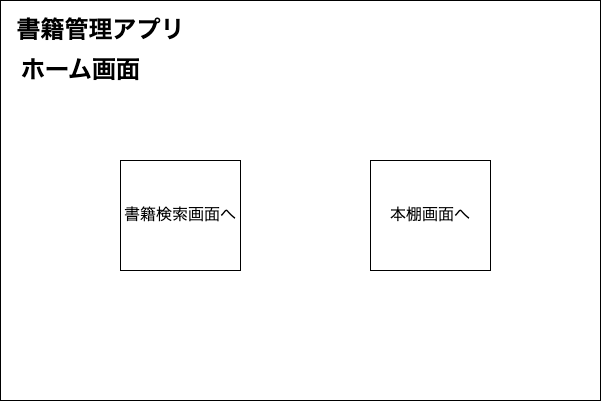
This is img/HomeScreen.drawio.png from 2023AIT-OOP2-G08/GroupWork, a draw.io export, as it was before one commit. Source tidied: cells renumbered, new cells last; positions are measured from the earlier drawing's top-left corner, leaving out a move shared by most shapes. The source it was exported from:
```xml
<mxGraphModel>
  <root>
    <mxCell id="0" />
    <mxCell id="1" parent="0" />
    <mxCell id="2" style="rounded=0;whiteSpace=wrap;html=1;" parent="1" vertex="1">
      <mxGeometry width="600" height="400" as="geometry" />
    </mxCell>
    <mxCell id="3" value="&lt;font style=&quot;font-size: 16px;&quot;&gt;書籍検索画面へ&lt;/font&gt;" style="rounded=0;whiteSpace=wrap;html=1;" parent="1" vertex="1">
      <mxGeometry x="120" y="160" width="120" height="110" as="geometry" />
    </mxCell>
    <mxCell id="4" value="&lt;span style=&quot;font-size: 16px;&quot;&gt;本棚画面へ&lt;/span&gt;" style="rounded=0;whiteSpace=wrap;html=1;" parent="1" vertex="1">
      <mxGeometry x="370" y="160" width="120" height="110" as="geometry" />
    </mxCell>
    <mxCell id="5" value="ホーム画面" style="text;strokeColor=none;fillColor=none;html=1;fontSize=24;fontStyle=1;verticalAlign=middle;align=center;" parent="1" vertex="1">
      <mxGeometry x="30" y="50" width="100" height="40" as="geometry" />
    </mxCell>
    <mxCell id="6" value="書籍管理アプリ" style="text;strokeColor=none;fillColor=none;html=1;fontSize=24;fontStyle=1;verticalAlign=middle;align=center;" parent="1" vertex="1">
      <mxGeometry x="50" y="10" width="100" height="40" as="geometry" />
    </mxCell>
  </root>
</mxGraphModel>
```
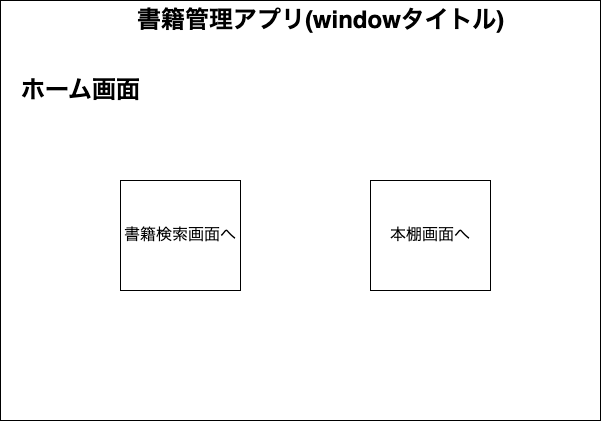
Later version of the same file.

Change to the diagram source:
```diff
@@ -3,7 +3,7 @@
     <mxCell id="0" />
     <mxCell id="1" parent="0" />
     <mxCell id="2" style="rounded=0;whiteSpace=wrap;html=1;" parent="1" vertex="1">
-      <mxGeometry width="600" height="400" as="geometry" />
+      <mxGeometry y="-20" width="600" height="420" as="geometry" />
     </mxCell>
     <mxCell id="3" value="&lt;font style=&quot;font-size: 16px;&quot;&gt;書籍検索画面へ&lt;/font&gt;" style="rounded=0;whiteSpace=wrap;html=1;" parent="1" vertex="1">
       <mxGeometry x="120" y="160" width="120" height="110" as="geometry" />
@@ -14,8 +14,8 @@
     <mxCell id="5" value="ホーム画面" style="text;strokeColor=none;fillColor=none;html=1;fontSize=24;fontStyle=1;verticalAlign=middle;align=center;" parent="1" vertex="1">
       <mxGeometry x="30" y="50" width="100" height="40" as="geometry" />
     </mxCell>
-    <mxCell id="6" value="書籍管理アプリ" style="text;strokeColor=none;fillColor=none;html=1;fontSize=24;fontStyle=1;verticalAlign=middle;align=center;" parent="1" vertex="1">
-      <mxGeometry x="50" y="10" width="100" height="40" as="geometry" />
+    <mxCell id="6" value="書籍管理アプリ(windowタイトル)" style="text;strokeColor=none;fillColor=none;html=1;fontSize=24;fontStyle=1;verticalAlign=middle;align=center;" parent="1" vertex="1">
+      <mxGeometry x="270" y="-20" width="100" height="40" as="geometry" />
     </mxCell>
   </root>
 </mxGraphModel>
```
